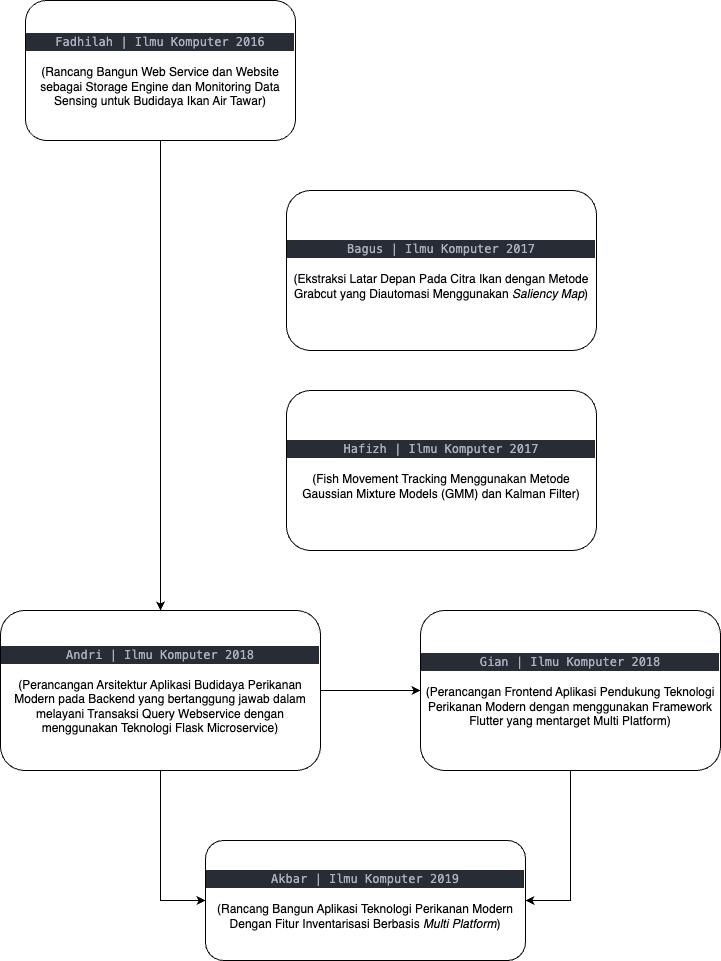
Above: gambar/akbar/research_tree.png in MauL08/MyThesis (draw.io), before the change. Source tidied: cells renumbered, new cells last; positions are measured from the earlier drawing's top-left corner, leaving out a move shared by most shapes.
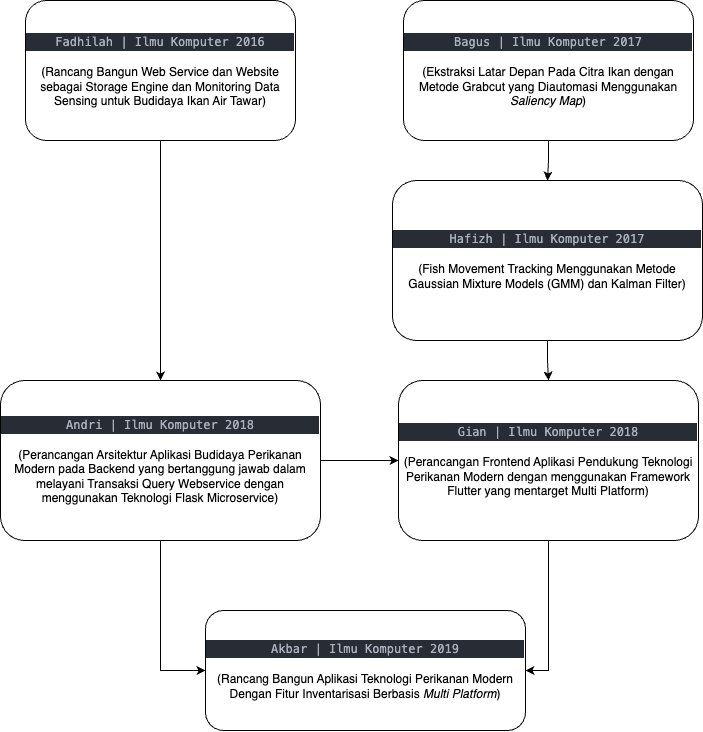
After the commit.

Change to the diagram source:
```diff
@@ -8,8 +8,11 @@
     <mxCell id="3" value="&lt;div style=&quot;color: rgb(171, 178, 191); background-color: rgb(40, 44, 52); font-family: Menlo, Monaco, &amp;quot;Courier New&amp;quot;, monospace, &amp;quot;MesloLGS NF&amp;quot;, Menlo, Monaco, &amp;quot;Courier New&amp;quot;, monospace; line-height: 18px;&quot;&gt;Fadhilah | Ilmu Komputer 2016&lt;/div&gt;&lt;br&gt;(Rancang Bangun Web Service dan Website sebagai Storage Engine dan Monitoring Data Sensing untuk Budidaya Ikan Air Tawar&lt;span style=&quot;background-color: initial;&quot;&gt;)&lt;/span&gt;" style="rounded=1;whiteSpace=wrap;html=1;" parent="1" vertex="1">
       <mxGeometry x="25" width="270" height="140" as="geometry" />
     </mxCell>
+    <mxCell id="12" style="edgeStyle=orthogonalEdgeStyle;rounded=0;jettySize=auto;html=1;entryX=0.5;entryY=0;entryDx=0;entryDy=0;" parent="1" edge="1" source="4" target="11">
+      <mxGeometry relative="1" as="geometry" />
+    </mxCell>
     <mxCell id="4" value="&lt;div style=&quot;color: rgb(171, 178, 191); background-color: rgb(40, 44, 52); font-family: Menlo, Monaco, &amp;quot;Courier New&amp;quot;, monospace, &amp;quot;MesloLGS NF&amp;quot;, Menlo, Monaco, &amp;quot;Courier New&amp;quot;, monospace; line-height: 18px;&quot;&gt;Bagus | Ilmu Komputer 2017&lt;/div&gt;&lt;br&gt;(Ekstraksi Latar Depan Pada Citra Ikan dengan Metode Grabcut yang Diautomasi Menggunakan &lt;i&gt;Saliency Map&lt;/i&gt;)" style="rounded=1;whiteSpace=wrap;html=1;" parent="1" vertex="1">
-      <mxGeometry x="286" y="190" width="310" height="160" as="geometry" />
+      <mxGeometry x="403" width="290" height="140" as="geometry" />
     </mxCell>
     <mxCell id="5" style="edgeStyle=orthogonalEdgeStyle;rounded=0;jettySize=auto;html=1;" parent="1" edge="1" source="7" target="9">
       <mxGeometry relative="1" as="geometry" />
@@ -18,19 +21,22 @@
       <mxGeometry relative="1" as="geometry" />
     </mxCell>
     <mxCell id="7" value="&lt;div style=&quot;color: rgb(171, 178, 191); background-color: rgb(40, 44, 52); font-family: Menlo, Monaco, &amp;quot;Courier New&amp;quot;, monospace, &amp;quot;MesloLGS NF&amp;quot;, Menlo, Monaco, &amp;quot;Courier New&amp;quot;, monospace; line-height: 18px;&quot;&gt;Andri | Ilmu Komputer 2018&lt;/div&gt;&lt;br&gt;(Perancangan Arsitektur Aplikasi Budidaya Perikanan Modern pada Backend yang bertanggung jawab dalam melayani Transaksi Query Webservice dengan menggunakan Teknologi Flask Microservice&lt;span style=&quot;background-color: initial;&quot;&gt;)&lt;/span&gt;" style="rounded=1;whiteSpace=wrap;html=1;" parent="1" vertex="1">
-      <mxGeometry y="610" width="320" height="160" as="geometry" />
+      <mxGeometry y="380" width="320" height="160" as="geometry" />
     </mxCell>
     <mxCell id="8" style="edgeStyle=orthogonalEdgeStyle;rounded=0;jettySize=auto;html=1;entryX=1;entryY=0.5;entryDx=0;entryDy=0;fontFamily=Helvetica;fontSize=12;" parent="1" edge="1" source="9" target="10">
       <mxGeometry relative="1" as="geometry" />
     </mxCell>
     <mxCell id="9" value="&lt;div style=&quot;color: rgb(171, 178, 191); background-color: rgb(40, 44, 52); font-family: Menlo, Monaco, &amp;quot;Courier New&amp;quot;, monospace, &amp;quot;MesloLGS NF&amp;quot;, Menlo, Monaco, &amp;quot;Courier New&amp;quot;, monospace; line-height: 18px;&quot;&gt;Gian | Ilmu Komputer 2018&lt;/div&gt;&lt;br&gt;(Perancangan Frontend Aplikasi Pendukung Teknologi Perikanan Modern dengan menggunakan Framework Flutter yang mentarget Multi Platform&lt;span style=&quot;background-color: initial;&quot;&gt;)&lt;/span&gt;" style="rounded=1;whiteSpace=wrap;html=1;" parent="1" vertex="1">
-      <mxGeometry x="420" y="610" width="300" height="160" as="geometry" />
+      <mxGeometry x="398" y="380" width="300" height="160" as="geometry" />
     </mxCell>
     <mxCell id="10" value="&lt;div style=&quot;color: rgb(171, 178, 191); background-color: rgb(40, 44, 52); font-family: Menlo, Monaco, &amp;quot;Courier New&amp;quot;, monospace, &amp;quot;MesloLGS NF&amp;quot;, Menlo, Monaco, &amp;quot;Courier New&amp;quot;, monospace; line-height: 18px;&quot;&gt;Akbar | Ilmu Komputer 2019&lt;/div&gt;&lt;br&gt;(Rancang Bangun Aplikasi Teknologi Perikanan Modern Dengan Fitur Inventarisasi Berbasis &lt;i&gt;Multi Platform&lt;/i&gt;)" style="rounded=1;whiteSpace=wrap;html=1;" parent="1" vertex="1">
-      <mxGeometry x="205" y="840" width="320" height="120" as="geometry" />
+      <mxGeometry x="205" y="610" width="320" height="120" as="geometry" />
     </mxCell>
+    <mxCell id="13" style="edgeStyle=orthogonalEdgeStyle;rounded=0;jettySize=auto;html=1;" parent="1" edge="1" source="11" target="9">
+      <mxGeometry relative="1" as="geometry" />
+    </mxCell>
     <mxCell id="11" value="&lt;div style=&quot;color: rgb(171, 178, 191); background-color: rgb(40, 44, 52); font-family: Menlo, Monaco, &amp;quot;Courier New&amp;quot;, monospace, &amp;quot;MesloLGS NF&amp;quot;, Menlo, Monaco, &amp;quot;Courier New&amp;quot;, monospace; line-height: 18px;&quot;&gt;Hafizh | Ilmu Komputer 2017&lt;/div&gt;&lt;br&gt;(Fish Movement Tracking Menggunakan Metode Gaussian Mixture Models (GMM) dan Kalman Filter)" style="rounded=1;whiteSpace=wrap;html=1;" parent="1" vertex="1">
-      <mxGeometry x="286" y="390" width="310" height="160" as="geometry" />
+      <mxGeometry x="392" y="180" width="310" height="160" as="geometry" />
     </mxCell>
   </root>
 </mxGraphModel>
```
